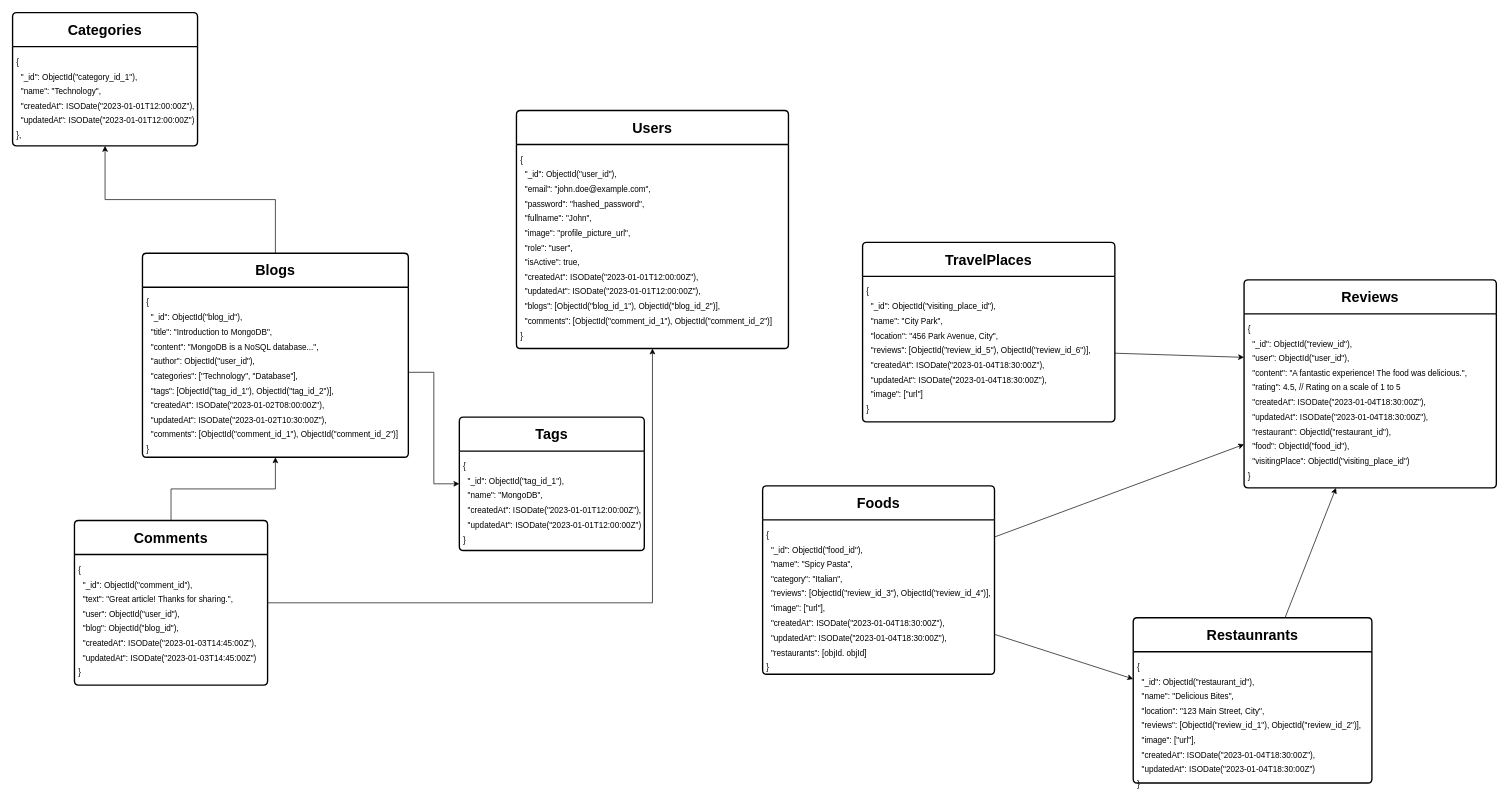
Earlier version of the draw.io diagram frontend/src/schema/dbschema.drawio (tonsisouvanh/lao-lightning-store-mern). Source tidied: cells renumbered, new cells numbered last; positions are measured from the earlier drawing's top-left corner, leaving out a move shared by most shapes. Both pictures are drawn from the tidied source at 68%, with x=0, y=0 at pixel (12, 12).
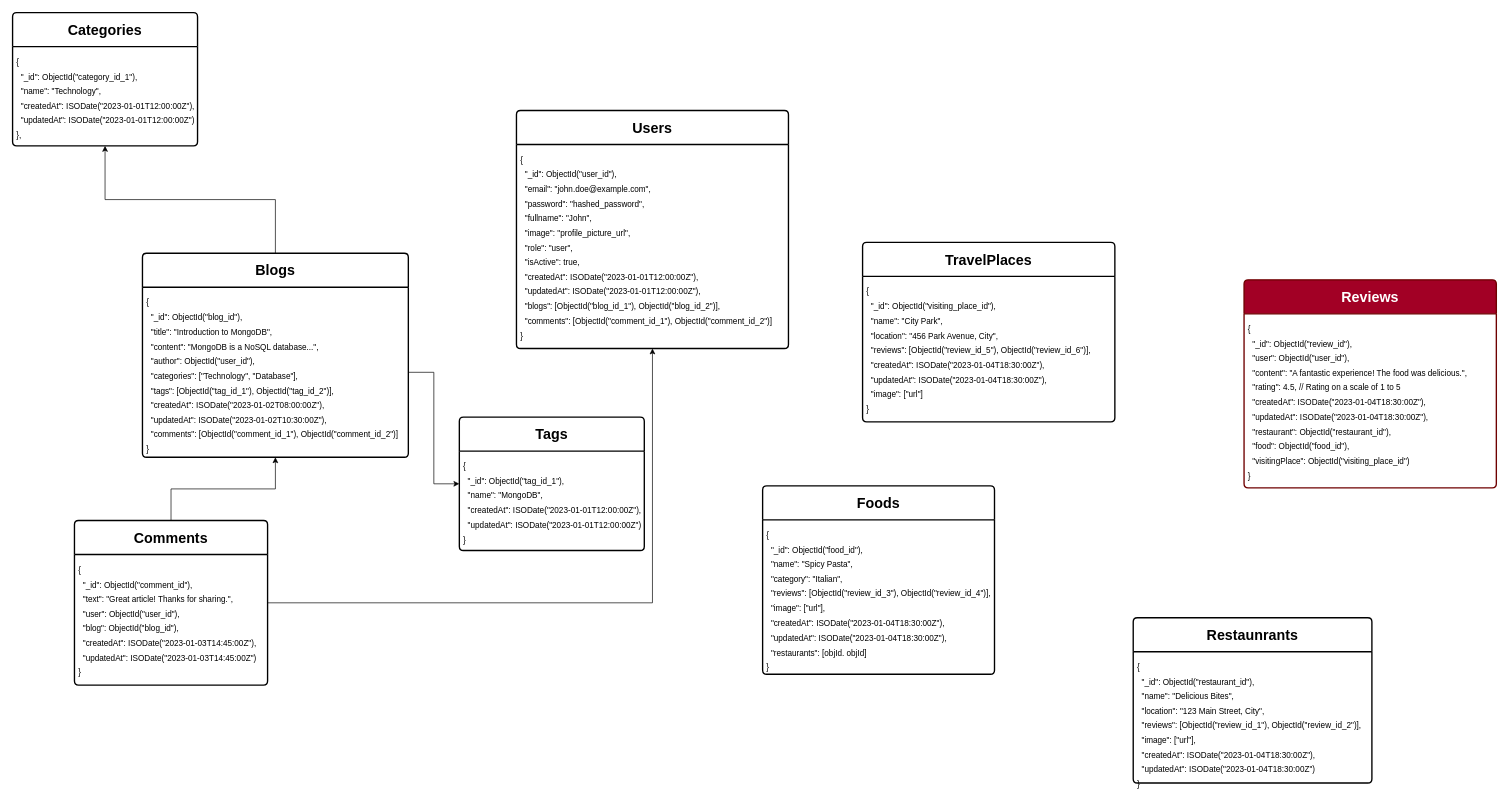
After the change.

Unchanged cells that the change refers to:
```xml
<mxCell id="18" value="&lt;p style=&quot;border-color: var(--border-color); line-height: 80%;&quot;&gt;{&lt;/p&gt;&lt;p style=&quot;border-color: var(--border-color); line-height: 80%;&quot;&gt;&amp;nbsp; &quot;_id&quot;: ObjectId(&quot;visiting_place_id&quot;),&lt;/p&gt;&lt;p style=&quot;border-color: var(--border-color); line-height: 80%;&quot;&gt;&amp;nbsp; &quot;name&quot;: &quot;City Park&quot;,&lt;/p&gt;&lt;p style=&quot;border-color: var(--border-color); line-height: 80%;&quot;&gt;&amp;nbsp; &quot;location&quot;: &quot;456 Park Avenue, City&quot;,&lt;/p&gt;&lt;p style=&quot;border-color: var(--border-color); line-height: 80%;&quot;&gt;&amp;nbsp; &quot;reviews&quot;: [ObjectId(&quot;review_id_5&quot;), ObjectId(&quot;review_id_6&quot;)],&lt;/p&gt;&lt;p style=&quot;border-color: var(--border-color); line-height: 80%;&quot;&gt;&amp;nbsp; &quot;createdAt&quot;: ISODate(&quot;2023-01-04T18:30:00Z&quot;),&lt;/p&gt;&lt;p style=&quot;border-color: var(--border-color); line-height: 80%;&quot;&gt;&amp;nbsp; &quot;updatedAt&quot;: ISODate(&quot;2023-01-04T18:30:00Z&quot;),&lt;/p&gt;&lt;p style=&quot;border-color: var(--border-color); line-height: 80%;&quot;&gt;&amp;nbsp; &quot;image&quot;: [&quot;url&quot;]&lt;/p&gt;&lt;p style=&quot;border-color: var(--border-color); line-height: 80%;&quot;&gt;}&lt;/p&gt;" style="align=left;strokeColor=none;fillColor=none;spacingLeft=4;fontSize=12;verticalAlign=top;html=1;" parent="16" vertex="1">
  <mxGeometry y="50" width="371" height="214" as="geometry" />
</mxCell>
<mxCell id="20" value="&lt;font style=&quot;font-size: 21px;&quot;&gt;&lt;b&gt;Foods&lt;br&gt;&lt;/b&gt;&lt;/font&gt;" style="swimlane;horizontal=1;startSize=50;rounded=1;fontSize=14;fontStyle=0;strokeWidth=2;shadow=0;dashed=0;align=center;arcSize=4;whiteSpace=wrap;html=1;" parent="1" vertex="1">
  <mxGeometry x="1103" y="696" width="341" height="277" as="geometry" />
</mxCell>
<mxCell id="21" value="&lt;p style=&quot;border-color: var(--border-color); line-height: 80%;&quot;&gt;{&lt;/p&gt;&lt;p style=&quot;border-color: var(--border-color); line-height: 80%;&quot;&gt;&amp;nbsp; &quot;_id&quot;: ObjectId(&quot;food_id&quot;),&lt;/p&gt;&lt;p style=&quot;border-color: var(--border-color); line-height: 80%;&quot;&gt;&amp;nbsp; &quot;name&quot;: &quot;Spicy Pasta&quot;,&lt;/p&gt;&lt;p style=&quot;border-color: var(--border-color); line-height: 80%;&quot;&gt;&amp;nbsp; &quot;category&quot;: &quot;Italian&quot;,&lt;/p&gt;&lt;p style=&quot;border-color: var(--border-color); line-height: 80%;&quot;&gt;&amp;nbsp; &quot;reviews&quot;: [ObjectId(&quot;review_id_3&quot;), ObjectId(&quot;review_id_4&quot;)],&lt;br&gt;&lt;/p&gt;&lt;p style=&quot;border-color: var(--border-color); line-height: 80%;&quot;&gt;&amp;nbsp; &quot;image&quot;: [&quot;url&quot;],&lt;br&gt;&lt;/p&gt;&lt;p style=&quot;border-color: var(--border-color); line-height: 80%;&quot;&gt;&amp;nbsp; &quot;createdAt&quot;: ISODate(&quot;2023-01-04T18:30:00Z&quot;),&lt;/p&gt;&lt;p style=&quot;border-color: var(--border-color); line-height: 80%;&quot;&gt;&amp;nbsp; &quot;updatedAt&quot;: ISODate(&quot;2023-01-04T18:30:00Z&quot;),&lt;/p&gt;&lt;p style=&quot;border-color: var(--border-color); line-height: 80%;&quot;&gt;&amp;nbsp; &quot;restaurants&quot;: [objId. objId]&lt;/p&gt;&lt;p style=&quot;border-color: var(--border-color); line-height: 80%;&quot;&gt;}&lt;/p&gt;" style="align=left;strokeColor=none;fillColor=none;spacingLeft=4;fontSize=12;verticalAlign=top;html=1;" parent="20" vertex="1">
  <mxGeometry y="50" width="341" height="227" as="geometry" />
</mxCell>
<mxCell id="23" value="&lt;font style=&quot;font-size: 21px;&quot;&gt;&lt;b&gt;Restaunrants&lt;br&gt;&lt;/b&gt;&lt;/font&gt;" style="swimlane;horizontal=1;startSize=50;rounded=1;fontSize=14;fontStyle=0;strokeWidth=2;shadow=0;dashed=0;align=center;arcSize=4;whiteSpace=wrap;html=1;" parent="1" vertex="1">
  <mxGeometry x="1648" y="890" width="351" height="243" as="geometry" />
</mxCell>
<mxCell id="24" value="&lt;p style=&quot;border-color: var(--border-color); line-height: 80%;&quot;&gt;{&lt;/p&gt;&lt;p style=&quot;border-color: var(--border-color); line-height: 80%;&quot;&gt;&amp;nbsp; &quot;_id&quot;: ObjectId(&quot;restaurant_id&quot;),&lt;/p&gt;&lt;p style=&quot;border-color: var(--border-color); line-height: 80%;&quot;&gt;&amp;nbsp; &quot;name&quot;: &quot;Delicious Bites&quot;,&lt;/p&gt;&lt;p style=&quot;border-color: var(--border-color); line-height: 80%;&quot;&gt;&amp;nbsp; &quot;location&quot;: &quot;123 Main Street, City&quot;,&lt;/p&gt;&lt;p style=&quot;border-color: var(--border-color); line-height: 80%;&quot;&gt;&amp;nbsp; &quot;reviews&quot;: [ObjectId(&quot;review_id_1&quot;), ObjectId(&quot;review_id_2&quot;)],&lt;/p&gt;&lt;p style=&quot;border-color: var(--border-color); line-height: 80%;&quot;&gt;&amp;nbsp; &quot;image&quot;: [&quot;url&quot;],&lt;br&gt;&lt;/p&gt;&lt;p style=&quot;border-color: var(--border-color); line-height: 80%;&quot;&gt;&amp;nbsp; &quot;createdAt&quot;: ISODate(&quot;2023-01-04T18:30:00Z&quot;),&lt;/p&gt;&lt;p style=&quot;border-color: var(--border-color); line-height: 80%;&quot;&gt;&amp;nbsp; &quot;updatedAt&quot;: ISODate(&quot;2023-01-04T18:30:00Z&quot;)&lt;/p&gt;&lt;p style=&quot;border-color: var(--border-color); line-height: 80%;&quot;&gt;}&lt;/p&gt;" style="align=left;strokeColor=none;fillColor=none;spacingLeft=4;fontSize=12;verticalAlign=top;html=1;" parent="23" vertex="1">
  <mxGeometry y="50" width="351" height="193" as="geometry" />
</mxCell>
<mxCell id="28" value="&lt;p style=&quot;border-color: var(--border-color); line-height: 80%;&quot;&gt;{&lt;/p&gt;&lt;p style=&quot;border-color: var(--border-color); line-height: 80%;&quot;&gt;&amp;nbsp; &quot;_id&quot;: ObjectId(&quot;review_id&quot;),&lt;/p&gt;&lt;p style=&quot;border-color: var(--border-color); line-height: 80%;&quot;&gt;&amp;nbsp; &quot;user&quot;: ObjectId(&quot;user_id&quot;),&lt;/p&gt;&lt;p style=&quot;border-color: var(--border-color); line-height: 80%;&quot;&gt;&amp;nbsp; &quot;content&quot;: &quot;A fantastic experience! The food was delicious.&quot;,&lt;/p&gt;&lt;p style=&quot;border-color: var(--border-color); line-height: 80%;&quot;&gt;&amp;nbsp; &quot;rating&quot;: 4.5, // Rating on a scale of 1 to 5&lt;/p&gt;&lt;p style=&quot;border-color: var(--border-color); line-height: 80%;&quot;&gt;&amp;nbsp; &quot;createdAt&quot;: ISODate(&quot;2023-01-04T18:30:00Z&quot;),&lt;/p&gt;&lt;p style=&quot;border-color: var(--border-color); line-height: 80%;&quot;&gt;&amp;nbsp; &quot;updatedAt&quot;: ISODate(&quot;2023-01-04T18:30:00Z&quot;),&lt;/p&gt;&lt;p style=&quot;border-color: var(--border-color); line-height: 80%;&quot;&gt;&amp;nbsp; &quot;restaurant&quot;: ObjectId(&quot;restaurant_id&quot;),&lt;/p&gt;&lt;p style=&quot;border-color: var(--border-color); line-height: 80%;&quot;&gt;&amp;nbsp; &quot;food&quot;: ObjectId(&quot;food_id&quot;),&lt;/p&gt;&lt;p style=&quot;border-color: var(--border-color); line-height: 80%;&quot;&gt;&amp;nbsp; &quot;visitingPlace&quot;: ObjectId(&quot;visiting_place_id&quot;)&lt;/p&gt;&lt;p style=&quot;border-color: var(--border-color); line-height: 80%;&quot;&gt;}&lt;/p&gt;" style="align=left;strokeColor=none;fillColor=none;spacingLeft=4;fontSize=12;verticalAlign=top;html=1;" parent="26" vertex="1">
  <mxGeometry y="50" width="371" height="256" as="geometry" />
</mxCell>
```

Diff of the diagram source:
```diff
@@
-    <mxCell id="19" style="edgeStyle=none;html=1;entryX=0;entryY=0.75;entryDx=0;entryDy=0;" parent="1" edge="1" source="20" target="28">
-      <mxGeometry relative="1" as="geometry" />
-    </mxCell>
@@
-    <mxCell id="22" style="edgeStyle=none;html=1;" parent="1" edge="1" source="23" target="28">
-      <mxGeometry relative="1" as="geometry" />
-    </mxCell>
@@
-    <mxCell id="25" style="edgeStyle=none;html=1;" parent="1" edge="1" source="21" target="24">
-      <mxGeometry relative="1" as="geometry" />
-    </mxCell>
-    <mxCell id="26" value="&lt;font style=&quot;font-size: 21px;&quot;&gt;&lt;b&gt;Reviews&lt;br&gt;&lt;/b&gt;&lt;/font&gt;" style="swimlane;horizontal=1;startSize=50;rounded=1;fontSize=14;fontStyle=0;strokeWidth=2;shadow=0;dashed=0;align=center;arcSize=4;whiteSpace=wrap;html=1;" parent="1" vertex="1">
+    <mxCell id="26" value="&lt;font style=&quot;font-size: 21px;&quot;&gt;&lt;b&gt;Reviews&lt;br&gt;&lt;/b&gt;&lt;/font&gt;" style="swimlane;horizontal=1;startSize=50;rounded=1;fontSize=14;fontStyle=0;strokeWidth=2;shadow=0;dashed=0;align=center;arcSize=4;whiteSpace=wrap;html=1;fillColor=#a20025;fontColor=#ffffff;strokeColor=#6F0000;" parent="1" vertex="1">
       <mxGeometry x="1811" y="393" width="371" height="306" as="geometry" />
     </mxCell>
@@
-    <mxCell id="29" style="edgeStyle=none;html=1;entryX=0;entryY=0.25;entryDx=0;entryDy=0;" parent="1" edge="1" source="18" target="28">
-      <mxGeometry relative="1" as="geometry" />
-    </mxCell>
```
